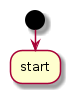
Above: UML/flow.png in DAT4/ms (PlantUML), before the change.
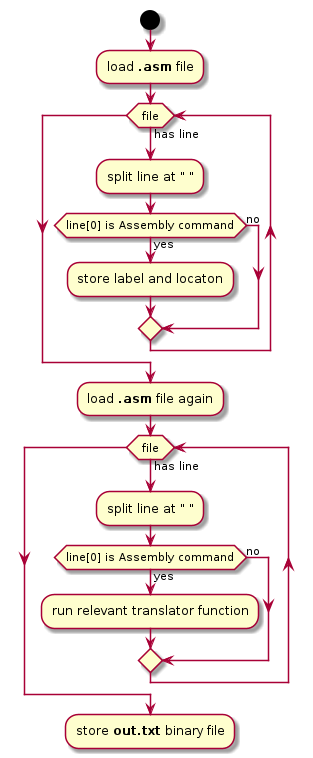
The same diagram one commit later.

The edit, as a diff of the source:
```diff
@@ -1,4 +1,20 @@
 @startuml
 start
-:start;
+:load <b>.asm</b> file;
+while (file) is (has line)
+    :split line at " ";
+    if (line[0] is Assembly command) then (yes)
+        :store label and locaton;
+    else (no)
+    endif
+endwhile
+:load <b>.asm</b> file again;
+while (file) is (has line)
+    :split line at " ";
+    if (line[0] is Assembly command) then (yes)
+        :run relevant translator function;
+    else (no)
+    endif
+endwhile
+:store <b>out.txt</b> binary file;
 @enduml
```
